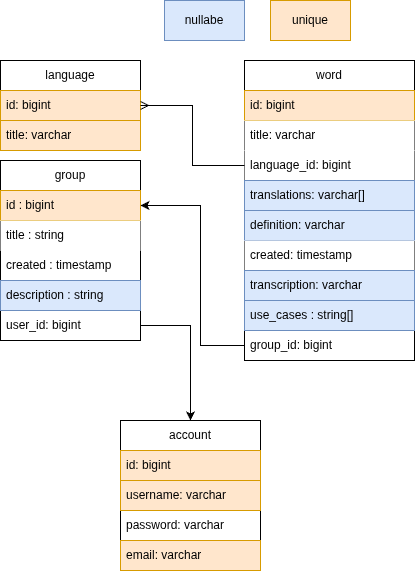
This is docs/Database_schema.drawio.png from architect-711/wordsapp, a draw.io export, as it was before one commit. Source tidied: cells renumbered, new cells last; positions are measured from the earlier drawing's top-left corner, leaving out a move shared by most shapes. Its diagram source:
```xml
<mxGraphModel>
  <root>
    <mxCell id="0" />
    <mxCell id="1" parent="0" />
    <mxCell id="2" value="word" style="swimlane;fontStyle=0;horizontal=1;startSize=30;whiteSpace=wrap;html=1;" parent="1" vertex="1">
      <mxGeometry x="244" y="60" width="170" height="300" as="geometry" />
    </mxCell>
    <mxCell id="3" value="id: bigint" style="text;strokeColor=#d79b00;fillColor=#ffe6cc;align=left;verticalAlign=middle;spacingLeft=4;spacingRight=4;overflow=hidden;points=[[0,0.5],[1,0.5]];portConstraint=eastwest;whiteSpace=wrap;html=1;" parent="2" vertex="1">
      <mxGeometry y="30" width="170" height="30" as="geometry" />
    </mxCell>
    <mxCell id="4" value="title: varchar" style="text;align=left;verticalAlign=middle;spacingLeft=4;spacingRight=4;overflow=hidden;whiteSpace=wrap;html=1;fillColor=default;" parent="2" vertex="1">
      <mxGeometry y="60" width="170" height="30" as="geometry" />
    </mxCell>
    <mxCell id="5" value="language_id: bigint&amp;nbsp;" style="text;align=left;verticalAlign=middle;spacingLeft=4;spacingRight=4;overflow=hidden;points=[[0,0.5],[1,0.5]];portConstraint=eastwest;whiteSpace=wrap;html=1;strokeColor=none;fillColor=default;" parent="2" vertex="1">
      <mxGeometry y="90" width="170" height="30" as="geometry" />
    </mxCell>
    <mxCell id="6" value="translations: varchar[]" style="text;align=left;verticalAlign=middle;spacingLeft=4;spacingRight=4;overflow=hidden;whiteSpace=wrap;html=1;fillColor=#dae8fc;strokeColor=#6c8ebf;" parent="2" vertex="1">
      <mxGeometry y="120" width="170" height="30" as="geometry" />
    </mxCell>
    <mxCell id="7" value="definition: varchar" style="text;align=left;verticalAlign=middle;spacingLeft=4;spacingRight=4;overflow=hidden;whiteSpace=wrap;html=1;fillColor=#dae8fc;strokeColor=#6c8ebf;" parent="2" vertex="1">
      <mxGeometry y="150" width="170" height="30" as="geometry" />
    </mxCell>
    <mxCell id="8" value="created: timestamp" style="text;align=left;verticalAlign=middle;spacingLeft=4;spacingRight=4;overflow=hidden;whiteSpace=wrap;html=1;fillColor=default;" parent="2" vertex="1">
      <mxGeometry y="180" width="170" height="30" as="geometry" />
    </mxCell>
    <mxCell id="9" value="transcription: varchar" style="text;strokeColor=#6c8ebf;fillColor=#dae8fc;align=left;verticalAlign=middle;spacingLeft=4;spacingRight=4;overflow=hidden;whiteSpace=wrap;html=1;" parent="2" vertex="1">
      <mxGeometry y="210" width="170" height="30" as="geometry" />
    </mxCell>
    <mxCell id="10" value="use_cases : string[]" style="text;strokeColor=#6c8ebf;fillColor=#dae8fc;align=left;verticalAlign=middle;spacingLeft=4;spacingRight=4;overflow=hidden;whiteSpace=wrap;html=1;" parent="2" vertex="1">
      <mxGeometry y="240" width="170" height="30" as="geometry" />
    </mxCell>
    <mxCell id="11" value="group_id: bigint" style="text;strokeColor=none;fillColor=none;align=left;verticalAlign=middle;spacingLeft=4;spacingRight=4;overflow=hidden;points=[[0,0.5],[1,0.5]];portConstraint=eastwest;whiteSpace=wrap;html=1;" parent="2" vertex="1">
      <mxGeometry y="270" width="170" height="30" as="geometry" />
    </mxCell>
    <mxCell id="12" value="language" style="swimlane;fontStyle=0;horizontal=1;startSize=30;whiteSpace=wrap;html=1;" parent="1" vertex="1">
      <mxGeometry y="60" width="140" height="90" as="geometry" />
    </mxCell>
    <mxCell id="13" value="id: bigint&lt;span style=&quot;white-space: pre;&quot;&gt;&#9;&lt;/span&gt;" style="text;strokeColor=#d79b00;fillColor=#ffe6cc;align=left;verticalAlign=middle;spacingLeft=4;spacingRight=4;overflow=hidden;points=[[0,0.5],[1,0.5]];portConstraint=eastwest;whiteSpace=wrap;html=1;" parent="12" vertex="1">
      <mxGeometry y="30" width="140" height="30" as="geometry" />
    </mxCell>
    <mxCell id="14" value="title: varchar" style="text;strokeColor=#d79b00;fillColor=#ffe6cc;align=left;verticalAlign=middle;spacingLeft=4;spacingRight=4;overflow=hidden;whiteSpace=wrap;html=1;" parent="12" vertex="1">
      <mxGeometry y="60" width="140" height="30" as="geometry" />
    </mxCell>
    <mxCell id="15" style="edgeStyle=orthogonalEdgeStyle;rounded=0;jettySize=auto;html=1;entryX=1;entryY=0.5;entryDx=0;entryDy=0;endArrow=ERmany;endFill=0;" parent="1" edge="1" source="5" target="13">
      <mxGeometry relative="1" as="geometry" />
    </mxCell>
    <mxCell id="16" value="unique" style="rounded=0;whiteSpace=wrap;html=1;fillColor=#ffe6cc;strokeColor=#d79b00;" parent="1" vertex="1">
      <mxGeometry x="270" width="80" height="40" as="geometry" />
    </mxCell>
    <mxCell id="17" value="nullabe" style="rounded=0;whiteSpace=wrap;html=1;fillColor=#dae8fc;strokeColor=#6c8ebf;" parent="1" vertex="1">
      <mxGeometry x="164" width="80" height="40" as="geometry" />
    </mxCell>
    <mxCell id="18" value="group" style="swimlane;fontStyle=0;horizontal=1;startSize=30;whiteSpace=wrap;html=1;" parent="1" vertex="1">
      <mxGeometry y="160" width="140" height="180" as="geometry" />
    </mxCell>
    <mxCell id="19" value="id : bigint" style="text;strokeColor=#d79b00;fillColor=#ffe6cc;align=left;verticalAlign=middle;spacingLeft=4;spacingRight=4;overflow=hidden;points=[[0,0.5],[1,0.5]];portConstraint=eastwest;whiteSpace=wrap;html=1;" parent="18" vertex="1">
      <mxGeometry y="30" width="140" height="30" as="geometry" />
    </mxCell>
    <mxCell id="20" value="title : string" style="text;align=left;verticalAlign=middle;spacingLeft=4;spacingRight=4;overflow=hidden;whiteSpace=wrap;html=1;fillColor=default;" parent="18" vertex="1">
      <mxGeometry y="60" width="140" height="30" as="geometry" />
    </mxCell>
    <mxCell id="21" value="created : timestamp" style="text;strokeColor=none;fillColor=none;align=left;verticalAlign=middle;spacingLeft=4;spacingRight=4;overflow=hidden;whiteSpace=wrap;html=1;" parent="18" vertex="1">
      <mxGeometry y="90" width="140" height="30" as="geometry" />
    </mxCell>
    <mxCell id="22" value="description : string" style="text;strokeColor=#6c8ebf;fillColor=#dae8fc;align=left;verticalAlign=middle;spacingLeft=4;spacingRight=4;overflow=hidden;whiteSpace=wrap;html=1;" parent="18" vertex="1">
      <mxGeometry y="120" width="140" height="30" as="geometry" />
    </mxCell>
    <mxCell id="23" value="user_id: bigint" style="text;strokeColor=none;fillColor=none;align=left;verticalAlign=middle;spacingLeft=4;spacingRight=4;overflow=hidden;points=[[0,0.5],[1,0.5]];portConstraint=eastwest;whiteSpace=wrap;html=1;" parent="18" vertex="1">
      <mxGeometry y="150" width="140" height="30" as="geometry" />
    </mxCell>
    <mxCell id="24" value="account" style="swimlane;fontStyle=0;horizontal=1;startSize=30;whiteSpace=wrap;html=1;" parent="1" vertex="1">
      <mxGeometry x="120" y="420" width="140" height="150" as="geometry" />
    </mxCell>
    <mxCell id="25" value="id: bigint" style="text;strokeColor=#d79b00;fillColor=#ffe6cc;align=left;verticalAlign=middle;spacingLeft=4;spacingRight=4;overflow=hidden;points=[[0,0.5],[1,0.5]];portConstraint=eastwest;whiteSpace=wrap;html=1;" parent="24" vertex="1">
      <mxGeometry y="30" width="140" height="30" as="geometry" />
    </mxCell>
    <mxCell id="26" value="username: varchar" style="text;strokeColor=#d79b00;fillColor=#ffe6cc;align=left;verticalAlign=middle;spacingLeft=4;spacingRight=4;overflow=hidden;whiteSpace=wrap;html=1;" parent="24" vertex="1">
      <mxGeometry y="60" width="140" height="30" as="geometry" />
    </mxCell>
    <mxCell id="27" value="password: varchar" style="text;strokeColor=none;fillColor=none;align=left;verticalAlign=middle;spacingLeft=4;spacingRight=4;overflow=hidden;whiteSpace=wrap;html=1;" parent="24" vertex="1">
      <mxGeometry y="90" width="140" height="30" as="geometry" />
    </mxCell>
    <mxCell id="28" value="email: varchar" style="text;strokeColor=#d79b00;fillColor=#ffe6cc;align=left;verticalAlign=middle;spacingLeft=4;spacingRight=4;overflow=hidden;whiteSpace=wrap;html=1;" parent="24" vertex="1">
      <mxGeometry y="120" width="140" height="30" as="geometry" />
    </mxCell>
    <mxCell id="29" style="edgeStyle=orthogonalEdgeStyle;rounded=0;jettySize=auto;html=1;entryX=0.5;entryY=0;entryDx=0;entryDy=0;" parent="1" edge="1" source="23" target="24">
      <mxGeometry relative="1" as="geometry" />
    </mxCell>
    <mxCell id="30" style="edgeStyle=orthogonalEdgeStyle;rounded=0;jettySize=auto;html=1;entryX=1;entryY=0.5;entryDx=0;entryDy=0;" parent="1" edge="1" source="11" target="19">
      <mxGeometry relative="1" as="geometry">
        <Array as="points">
          <mxPoint x="200" y="345" />
          <mxPoint x="200" y="205" />
        </Array>
      </mxGeometry>
    </mxCell>
  </root>
</mxGraphModel>
```
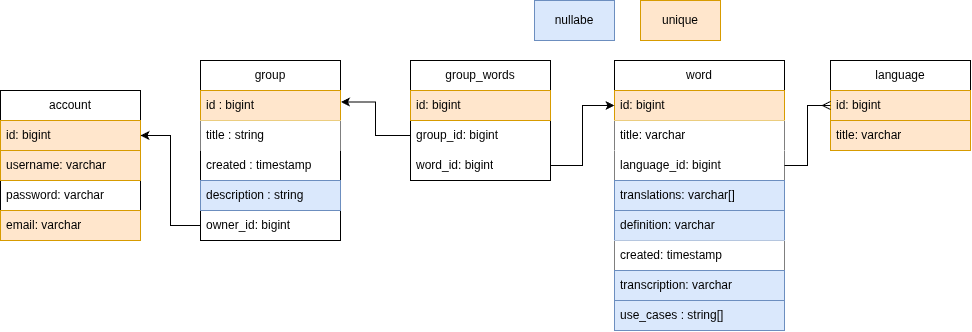
The same file after the commit.

The edit, as a diff of the source:
```diff
@@ -3,7 +3,7 @@
     <mxCell id="0" />
     <mxCell id="1" parent="0" />
     <mxCell id="2" value="word" style="swimlane;fontStyle=0;horizontal=1;startSize=30;whiteSpace=wrap;html=1;" parent="1" vertex="1">
-      <mxGeometry x="244" y="60" width="170" height="300" as="geometry" />
+      <mxGeometry x="244" y="60" width="170" height="270" as="geometry" />
     </mxCell>
     <mxCell id="3" value="id: bigint" style="text;strokeColor=#d79b00;fillColor=#ffe6cc;align=left;verticalAlign=middle;spacingLeft=4;spacingRight=4;overflow=hidden;points=[[0,0.5],[1,0.5]];portConstraint=eastwest;whiteSpace=wrap;html=1;" parent="2" vertex="1">
       <mxGeometry y="30" width="170" height="30" as="geometry" />
@@ -29,11 +29,8 @@
     <mxCell id="10" value="use_cases : string[]" style="text;strokeColor=#6c8ebf;fillColor=#dae8fc;align=left;verticalAlign=middle;spacingLeft=4;spacingRight=4;overflow=hidden;whiteSpace=wrap;html=1;" parent="2" vertex="1">
       <mxGeometry y="240" width="170" height="30" as="geometry" />
     </mxCell>
-    <mxCell id="11" value="group_id: bigint" style="text;strokeColor=none;fillColor=none;align=left;verticalAlign=middle;spacingLeft=4;spacingRight=4;overflow=hidden;points=[[0,0.5],[1,0.5]];portConstraint=eastwest;whiteSpace=wrap;html=1;" parent="2" vertex="1">
-      <mxGeometry y="270" width="170" height="30" as="geometry" />
-    </mxCell>
     <mxCell id="12" value="language" style="swimlane;fontStyle=0;horizontal=1;startSize=30;whiteSpace=wrap;html=1;" parent="1" vertex="1">
-      <mxGeometry y="60" width="140" height="90" as="geometry" />
+      <mxGeometry x="460" y="60" width="140" height="90" as="geometry" />
     </mxCell>
     <mxCell id="13" value="id: bigint&lt;span style=&quot;white-space: pre;&quot;&gt;&#9;&lt;/span&gt;" style="text;strokeColor=#d79b00;fillColor=#ffe6cc;align=left;verticalAlign=middle;spacingLeft=4;spacingRight=4;overflow=hidden;points=[[0,0.5],[1,0.5]];portConstraint=eastwest;whiteSpace=wrap;html=1;" parent="12" vertex="1">
       <mxGeometry y="30" width="140" height="30" as="geometry" />
@@ -41,7 +38,7 @@
     <mxCell id="14" value="title: varchar" style="text;strokeColor=#d79b00;fillColor=#ffe6cc;align=left;verticalAlign=middle;spacingLeft=4;spacingRight=4;overflow=hidden;whiteSpace=wrap;html=1;" parent="12" vertex="1">
       <mxGeometry y="60" width="140" height="30" as="geometry" />
     </mxCell>
-    <mxCell id="15" style="edgeStyle=orthogonalEdgeStyle;rounded=0;jettySize=auto;html=1;entryX=1;entryY=0.5;entryDx=0;entryDy=0;endArrow=ERmany;endFill=0;" parent="1" edge="1" source="5" target="13">
+    <mxCell id="15" style="edgeStyle=orthogonalEdgeStyle;rounded=0;jettySize=auto;html=1;entryX=0;entryY=0.5;entryDx=0;entryDy=0;endArrow=ERmany;endFill=0;" parent="1" edge="1" source="5" target="13">
       <mxGeometry relative="1" as="geometry" />
     </mxCell>
     <mxCell id="16" value="unique" style="rounded=0;whiteSpace=wrap;html=1;fillColor=#ffe6cc;strokeColor=#d79b00;" parent="1" vertex="1">
@@ -51,7 +48,7 @@
       <mxGeometry x="164" width="80" height="40" as="geometry" />
     </mxCell>
     <mxCell id="18" value="group" style="swimlane;fontStyle=0;horizontal=1;startSize=30;whiteSpace=wrap;html=1;" parent="1" vertex="1">
-      <mxGeometry y="160" width="140" height="180" as="geometry" />
+      <mxGeometry x="-170" y="60" width="140" height="180" as="geometry" />
     </mxCell>
     <mxCell id="19" value="id : bigint" style="text;strokeColor=#d79b00;fillColor=#ffe6cc;align=left;verticalAlign=middle;spacingLeft=4;spacingRight=4;overflow=hidden;points=[[0,0.5],[1,0.5]];portConstraint=eastwest;whiteSpace=wrap;html=1;" parent="18" vertex="1">
       <mxGeometry y="30" width="140" height="30" as="geometry" />
@@ -65,11 +62,11 @@
     <mxCell id="22" value="description : string" style="text;strokeColor=#6c8ebf;fillColor=#dae8fc;align=left;verticalAlign=middle;spacingLeft=4;spacingRight=4;overflow=hidden;whiteSpace=wrap;html=1;" parent="18" vertex="1">
       <mxGeometry y="120" width="140" height="30" as="geometry" />
     </mxCell>
-    <mxCell id="23" value="user_id: bigint" style="text;strokeColor=none;fillColor=none;align=left;verticalAlign=middle;spacingLeft=4;spacingRight=4;overflow=hidden;points=[[0,0.5],[1,0.5]];portConstraint=eastwest;whiteSpace=wrap;html=1;" parent="18" vertex="1">
+    <mxCell id="23" value="owner_id: bigint" style="text;strokeColor=none;fillColor=none;align=left;verticalAlign=middle;spacingLeft=4;spacingRight=4;overflow=hidden;points=[[0,0.5],[1,0.5]];portConstraint=eastwest;whiteSpace=wrap;html=1;" parent="18" vertex="1">
       <mxGeometry y="150" width="140" height="30" as="geometry" />
     </mxCell>
     <mxCell id="24" value="account" style="swimlane;fontStyle=0;horizontal=1;startSize=30;whiteSpace=wrap;html=1;" parent="1" vertex="1">
-      <mxGeometry x="120" y="420" width="140" height="150" as="geometry" />
+      <mxGeometry x="-370" y="90" width="140" height="150" as="geometry" />
     </mxCell>
     <mxCell id="25" value="id: bigint" style="text;strokeColor=#d79b00;fillColor=#ffe6cc;align=left;verticalAlign=middle;spacingLeft=4;spacingRight=4;overflow=hidden;points=[[0,0.5],[1,0.5]];portConstraint=eastwest;whiteSpace=wrap;html=1;" parent="24" vertex="1">
       <mxGeometry y="30" width="140" height="30" as="geometry" />
@@ -83,16 +80,26 @@
     <mxCell id="28" value="email: varchar" style="text;strokeColor=#d79b00;fillColor=#ffe6cc;align=left;verticalAlign=middle;spacingLeft=4;spacingRight=4;overflow=hidden;whiteSpace=wrap;html=1;" parent="24" vertex="1">
       <mxGeometry y="120" width="140" height="30" as="geometry" />
     </mxCell>
-    <mxCell id="29" style="edgeStyle=orthogonalEdgeStyle;rounded=0;jettySize=auto;html=1;entryX=0.5;entryY=0;entryDx=0;entryDy=0;" parent="1" edge="1" source="23" target="24">
-      <mxGeometry relative="1" as="geometry" />
-    </mxCell>
+    <mxCell id="31" value="group_words" style="swimlane;fontStyle=0;horizontal=1;startSize=30;whiteSpace=wrap;html=1;" parent="1" vertex="1">
+      <mxGeometry x="40" y="60" width="140" height="120" as="geometry" />
+    </mxCell>
+    <mxCell id="32" value="id: bigint&amp;nbsp;" style="text;strokeColor=#d79b00;fillColor=#ffe6cc;align=left;verticalAlign=middle;spacingLeft=4;spacingRight=4;overflow=hidden;whiteSpace=wrap;html=1;" parent="31" vertex="1">
+      <mxGeometry y="30" width="140" height="30" as="geometry" />
+    </mxCell>
+    <mxCell id="11" value="group_id: bigint" style="text;strokeColor=none;fillColor=none;align=left;verticalAlign=middle;spacingLeft=4;spacingRight=4;overflow=hidden;points=[[0,0.5],[1,0.5]];portConstraint=eastwest;whiteSpace=wrap;html=1;" parent="31" vertex="1">
+      <mxGeometry y="60" width="140" height="30" as="geometry" />
+    </mxCell>
+    <mxCell id="33" value="word_id: bigint" style="text;strokeColor=none;fillColor=none;align=left;verticalAlign=middle;spacingLeft=4;spacingRight=4;overflow=hidden;points=[[0,0.5],[1,0.5]];portConstraint=eastwest;whiteSpace=wrap;html=1;" parent="31" vertex="1">
+      <mxGeometry y="90" width="140" height="30" as="geometry" />
+    </mxCell>
+    <mxCell id="34" style="edgeStyle=orthogonalEdgeStyle;rounded=0;jettySize=auto;html=1;entryX=1;entryY=0.5;entryDx=0;entryDy=0;" parent="1" edge="1" source="23" target="25">
+      <mxGeometry relative="1" as="geometry" />
+    </mxCell>
-    <mxCell id="30" style="edgeStyle=orthogonalEdgeStyle;rounded=0;jettySize=auto;html=1;entryX=1;entryY=0.5;entryDx=0;entryDy=0;" parent="1" edge="1" source="11" target="19">
-      <mxGeometry relative="1" as="geometry">
-        <Array as="points">
-          <mxPoint x="200" y="345" />
-          <mxPoint x="200" y="205" />
-        </Array>
-      </mxGeometry>
+    <mxCell id="30" style="edgeStyle=orthogonalEdgeStyle;rounded=0;jettySize=auto;html=1;entryX=1.003;entryY=0.383;entryDx=0;entryDy=0;entryPerimeter=0;" parent="1" edge="1" source="11" target="19">
+      <mxGeometry relative="1" as="geometry" />
     </mxCell>
+    <mxCell id="35" style="edgeStyle=orthogonalEdgeStyle;rounded=0;jettySize=auto;html=1;entryX=0;entryY=0.5;entryDx=0;entryDy=0;" parent="1" edge="1" source="33" target="3">
+      <mxGeometry relative="1" as="geometry" />
+    </mxCell>
   </root>
 </mxGraphModel>
```
